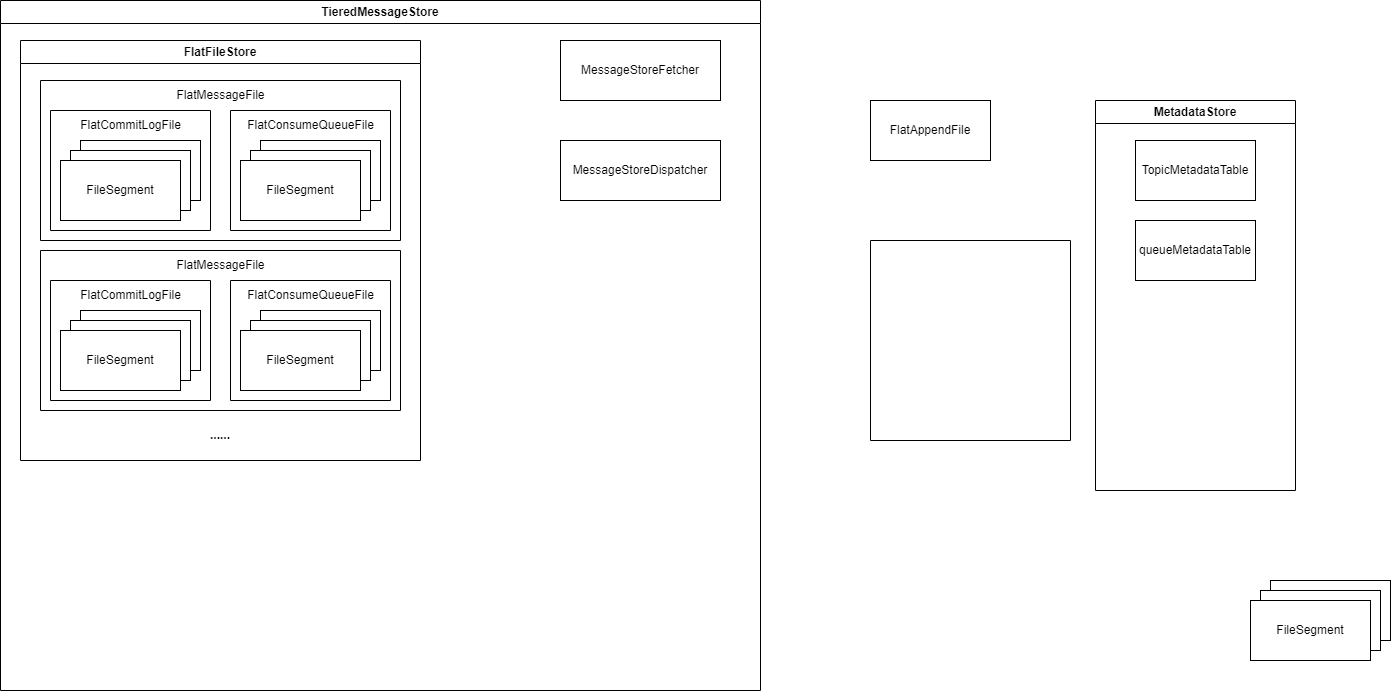
Earlier version of the draw.io export assets/rocketmq-tiered-store/class-relation.drawio.png (HScarb/knowledge). Source tidied: cells renumbered, new cells last; positions are measured from the earlier drawing's top-left corner, leaving out a move shared by most shapes.
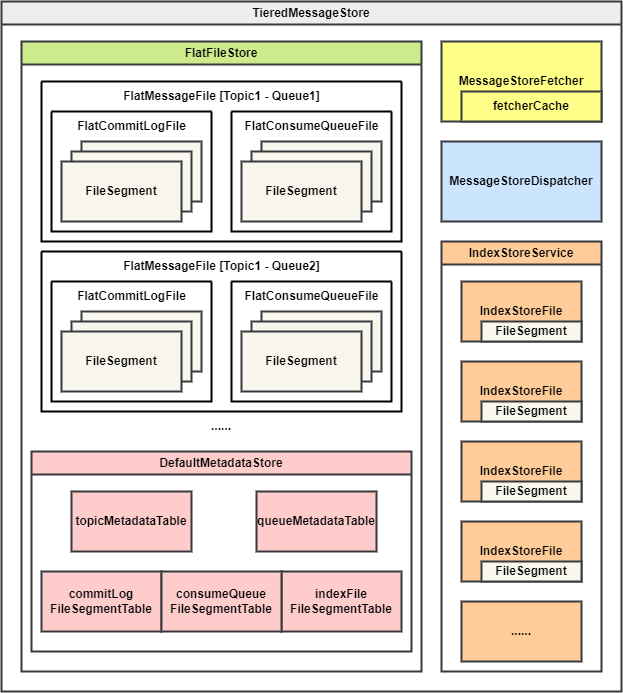
Above is the later version.

Commit message:
Add tiered storage metadata documentation

Change to the diagram source:
```diff
@@ -2,131 +2,155 @@
   <root>
     <mxCell id="0" />
     <mxCell id="1" parent="0" />
-    <mxCell id="2" value="FlatAppendFile" style="rounded=0;whiteSpace=wrap;html=1;" parent="1" vertex="1">
-      <mxGeometry x="870" y="100" width="120" height="60" as="geometry" />
-    </mxCell>
-    <mxCell id="3" value="TieredMessageStore" style="swimlane;whiteSpace=wrap;html=1;" parent="1" vertex="1">
-      <mxGeometry width="760" height="690" as="geometry" />
+    <mxCell id="3" value="TieredMessageStore" style="swimlane;whiteSpace=wrap;html=1;fillColor=#eeeeee;strokeColor=#36393d;strokeWidth=2;fontStyle=1;" parent="1" vertex="1">
+      <mxGeometry width="620" height="690" as="geometry" />
     </mxCell>
-    <mxCell id="4" value="MessageStoreFetcher" style="rounded=0;whiteSpace=wrap;html=1;" parent="3" vertex="1">
-      <mxGeometry x="560" y="40" width="160" height="60" as="geometry" />
+    <mxCell id="4" value="MessageStoreFetcher" style="rounded=0;whiteSpace=wrap;html=1;fillColor=#ffff88;strokeColor=#36393d;strokeWidth=2;fontStyle=1;" parent="3" vertex="1">
+      <mxGeometry x="440" y="40" width="160" height="80" as="geometry" />
     </mxCell>
-    <mxCell id="5" value="MessageStoreDispatcher" style="rounded=0;whiteSpace=wrap;html=1;" parent="3" vertex="1">
-      <mxGeometry x="560" y="140" width="160" height="60" as="geometry" />
+    <mxCell id="5" value="MessageStoreDispatcher" style="rounded=0;whiteSpace=wrap;html=1;fillColor=#cce5ff;strokeColor=#36393d;strokeWidth=2;fontStyle=1;" parent="3" vertex="1">
+      <mxGeometry x="440" y="140" width="160" height="80" as="geometry" />
     </mxCell>
-    <mxCell id="6" value="FlatFileStore" style="swimlane;whiteSpace=wrap;html=1;" parent="3" vertex="1">
-      <mxGeometry x="20" y="40" width="400" height="420" as="geometry" />
+    <mxCell id="6" value="FlatFileStore" style="swimlane;whiteSpace=wrap;html=1;fillColor=#cdeb8b;strokeColor=#36393d;strokeWidth=2;fontStyle=1;" parent="3" vertex="1">
+      <mxGeometry x="20" y="40" width="400" height="630" as="geometry" />
     </mxCell>
-    <mxCell id="7" style="swimlane;startSize=0;" parent="6" vertex="1">
+    <mxCell id="7" style="swimlane;startSize=0;strokeWidth=2;fontStyle=1;" parent="6" vertex="1">
       <mxGeometry x="20" y="40" width="360" height="160" as="geometry" />
     </mxCell>
-    <mxCell id="8" value="FlatMessageFile" style="text;html=1;align=center;verticalAlign=middle;strokeColor=none;fillColor=none;" parent="7" vertex="1">
-      <mxGeometry x="125" width="110" height="30" as="geometry" />
+    <mxCell id="8" value="FlatMessageFile [Topic1 - Queue1]" style="text;html=1;align=center;verticalAlign=middle;strokeColor=none;fillColor=none;strokeWidth=2;fontStyle=1;" parent="7" vertex="1">
+      <mxGeometry x="70" width="220" height="30" as="geometry" />
     </mxCell>
-    <mxCell id="9" style="swimlane;startSize=0;" parent="7" vertex="1">
+    <mxCell id="9" style="swimlane;startSize=0;strokeWidth=2;fontStyle=1;" parent="7" vertex="1">
       <mxGeometry x="10" y="30" width="160" height="120" as="geometry" />
     </mxCell>
-    <mxCell id="10" style="group;" parent="9" vertex="1">
+    <mxCell id="10" style="group;strokeWidth=2;fontStyle=1;" parent="9" vertex="1">
       <mxGeometry x="10" y="30" width="140" height="80" as="geometry" />
     </mxCell>
-    <mxCell id="11" value="FileSegment" style="rounded=0;whiteSpace=wrap;html=1;" parent="10" vertex="1">
+    <mxCell id="11" value="FileSegment" style="rounded=0;whiteSpace=wrap;html=1;fillColor=#f9f7ed;strokeColor=#36393d;strokeWidth=2;fontStyle=1;" parent="10" vertex="1">
       <mxGeometry x="20" width="120" height="60" as="geometry" />
     </mxCell>
-    <mxCell id="12" value="FileSegment" style="rounded=0;whiteSpace=wrap;html=1;" parent="10" vertex="1">
+    <mxCell id="12" value="FileSegment" style="rounded=0;whiteSpace=wrap;html=1;fillColor=#f9f7ed;strokeColor=#36393d;strokeWidth=2;fontStyle=1;" parent="10" vertex="1">
       <mxGeometry x="10" y="10" width="120" height="60" as="geometry" />
     </mxCell>
-    <mxCell id="13" value="FileSegment" style="rounded=0;whiteSpace=wrap;html=1;" parent="10" vertex="1">
+    <mxCell id="13" value="FileSegment" style="rounded=0;whiteSpace=wrap;html=1;fillColor=#f9f7ed;strokeColor=#36393d;strokeWidth=2;fontStyle=1;" parent="10" vertex="1">
       <mxGeometry y="20" width="120" height="60" as="geometry" />
     </mxCell>
-    <mxCell id="14" value="FlatCommitLogFile" style="text;html=1;align=center;verticalAlign=middle;strokeColor=none;fillColor=none;" parent="9" vertex="1">
-      <mxGeometry x="20" width="120" height="30" as="geometry" />
+    <mxCell id="14" value="FlatCommitLogFile" style="text;html=1;align=center;verticalAlign=middle;strokeColor=none;fillColor=none;strokeWidth=2;fontStyle=1;" parent="9" vertex="1">
+      <mxGeometry x="15" width="130" height="30" as="geometry" />
     </mxCell>
-    <mxCell id="15" style="swimlane;startSize=0;" parent="7" vertex="1">
+    <mxCell id="15" style="swimlane;startSize=0;strokeWidth=2;fontStyle=1;" parent="7" vertex="1">
       <mxGeometry x="190" y="30" width="160" height="120" as="geometry" />
     </mxCell>
-    <mxCell id="16" style="group;" parent="15" vertex="1">
+    <mxCell id="16" style="group;strokeWidth=2;fontStyle=1;" parent="15" vertex="1">
       <mxGeometry x="10" y="30" width="140" height="80" as="geometry" />
     </mxCell>
-    <mxCell id="17" value="FileSegment" style="rounded=0;whiteSpace=wrap;html=1;" parent="16" vertex="1">
+    <mxCell id="17" value="FileSegment" style="rounded=0;whiteSpace=wrap;html=1;fillColor=#f9f7ed;strokeColor=#36393d;strokeWidth=2;fontStyle=1;" parent="16" vertex="1">
       <mxGeometry x="20" width="120" height="60" as="geometry" />
     </mxCell>
-    <mxCell id="18" value="FileSegment" style="rounded=0;whiteSpace=wrap;html=1;" parent="16" vertex="1">
+    <mxCell id="18" value="FileSegment" style="rounded=0;whiteSpace=wrap;html=1;fillColor=#f9f7ed;strokeColor=#36393d;strokeWidth=2;fontStyle=1;" parent="16" vertex="1">
       <mxGeometry x="10" y="10" width="120" height="60" as="geometry" />
     </mxCell>
-    <mxCell id="19" value="FileSegment" style="rounded=0;whiteSpace=wrap;html=1;" parent="16" vertex="1">
+    <mxCell id="19" value="FileSegment" style="rounded=0;whiteSpace=wrap;html=1;fillColor=#f9f7ed;strokeColor=#36393d;strokeWidth=2;fontStyle=1;" parent="16" vertex="1">
       <mxGeometry y="20" width="120" height="60" as="geometry" />
     </mxCell>
-    <mxCell id="20" value="FlatConsumeQueueFile" style="text;html=1;align=center;verticalAlign=middle;strokeColor=none;fillColor=none;" parent="15" vertex="1">
-      <mxGeometry x="5" width="150" height="30" as="geometry" />
+    <mxCell id="20" value="FlatConsumeQueueFile" style="text;html=1;align=center;verticalAlign=middle;strokeColor=none;fillColor=none;strokeWidth=2;fontStyle=1;" parent="15" vertex="1">
+      <mxGeometry width="160" height="30" as="geometry" />
     </mxCell>
-    <mxCell id="21" style="swimlane;startSize=0;" parent="6" vertex="1">
+    <mxCell id="21" style="swimlane;startSize=0;strokeWidth=2;fontStyle=1;" parent="6" vertex="1">
       <mxGeometry x="20" y="210" width="360" height="160" as="geometry" />
     </mxCell>
-    <mxCell id="22" value="FlatMessageFile" style="text;html=1;align=center;verticalAlign=middle;strokeColor=none;fillColor=none;" parent="21" vertex="1">
-      <mxGeometry x="125" width="110" height="30" as="geometry" />
+    <mxCell id="22" value="FlatMessageFile [Topic1 - Queue2]" style="text;html=1;align=center;verticalAlign=middle;strokeColor=none;fillColor=none;strokeWidth=2;fontStyle=1;" parent="21" vertex="1">
+      <mxGeometry x="70" width="220" height="30" as="geometry" />
     </mxCell>
-    <mxCell id="23" style="swimlane;startSize=0;" parent="21" vertex="1">
+    <mxCell id="23" style="swimlane;startSize=0;strokeWidth=2;fontStyle=1;" parent="21" vertex="1">
       <mxGeometry x="10" y="30" width="160" height="120" as="geometry" />
     </mxCell>
-    <mxCell id="24" style="group;" parent="23" vertex="1">
+    <mxCell id="24" style="group;strokeWidth=2;fontStyle=1;" parent="23" vertex="1">
       <mxGeometry x="10" y="30" width="140" height="80" as="geometry" />
     </mxCell>
-    <mxCell id="25" value="FileSegment" style="rounded=0;whiteSpace=wrap;html=1;" parent="24" vertex="1">
+    <mxCell id="25" value="FileSegment" style="rounded=0;whiteSpace=wrap;html=1;fillColor=#f9f7ed;strokeColor=#36393d;strokeWidth=2;fontStyle=1;" parent="24" vertex="1">
       <mxGeometry x="20" width="120" height="60" as="geometry" />
     </mxCell>
-    <mxCell id="26" value="FileSegment" style="rounded=0;whiteSpace=wrap;html=1;" parent="24" vertex="1">
+    <mxCell id="26" value="FileSegment" style="rounded=0;whiteSpace=wrap;html=1;fillColor=#f9f7ed;strokeColor=#36393d;strokeWidth=2;fontStyle=1;" parent="24" vertex="1">
       <mxGeometry x="10" y="10" width="120" height="60" as="geometry" />
     </mxCell>
-    <mxCell id="27" value="FileSegment" style="rounded=0;whiteSpace=wrap;html=1;" parent="24" vertex="1">
+    <mxCell id="27" value="FileSegment" style="rounded=0;whiteSpace=wrap;html=1;fillColor=#f9f7ed;strokeColor=#36393d;strokeWidth=2;fontStyle=1;" parent="24" vertex="1">
       <mxGeometry y="20" width="120" height="60" as="geometry" />
     </mxCell>
-    <mxCell id="28" value="FlatCommitLogFile" style="text;html=1;align=center;verticalAlign=middle;strokeColor=none;fillColor=none;" parent="23" vertex="1">
-      <mxGeometry x="20" width="120" height="30" as="geometry" />
+    <mxCell id="28" value="FlatCommitLogFile" style="text;html=1;align=center;verticalAlign=middle;strokeColor=none;fillColor=none;strokeWidth=2;fontStyle=1;" parent="23" vertex="1">
+      <mxGeometry x="15" width="130" height="30" as="geometry" />
     </mxCell>
-    <mxCell id="29" style="swimlane;startSize=0;" parent="21" vertex="1">
+    <mxCell id="29" style="swimlane;startSize=0;strokeWidth=2;fontStyle=1;" parent="21" vertex="1">
       <mxGeometry x="190" y="30" width="160" height="120" as="geometry" />
     </mxCell>
-    <mxCell id="30" style="group;" parent="29" vertex="1">
+    <mxCell id="30" style="group;strokeWidth=2;fontStyle=1;" parent="29" vertex="1">
       <mxGeometry x="10" y="30" width="140" height="80" as="geometry" />
     </mxCell>
-    <mxCell id="31" value="FileSegment" style="rounded=0;whiteSpace=wrap;html=1;" parent="30" vertex="1">
+    <mxCell id="31" value="FileSegment" style="rounded=0;whiteSpace=wrap;html=1;fillColor=#f9f7ed;strokeColor=#36393d;strokeWidth=2;fontStyle=1;" parent="30" vertex="1">
       <mxGeometry x="20" width="120" height="60" as="geometry" />
     </mxCell>
-    <mxCell id="32" value="FileSegment" style="rounded=0;whiteSpace=wrap;html=1;" parent="30" vertex="1">
+    <mxCell id="32" value="FileSegment" style="rounded=0;whiteSpace=wrap;html=1;fillColor=#f9f7ed;strokeColor=#36393d;strokeWidth=2;fontStyle=1;" parent="30" vertex="1">
       <mxGeometry x="10" y="10" width="120" height="60" as="geometry" />
     </mxCell>
-    <mxCell id="33" value="FileSegment" style="rounded=0;whiteSpace=wrap;html=1;" parent="30" vertex="1">
+    <mxCell id="33" value="FileSegment" style="rounded=0;whiteSpace=wrap;html=1;fillColor=#f9f7ed;strokeColor=#36393d;strokeWidth=2;fontStyle=1;" parent="30" vertex="1">
       <mxGeometry y="20" width="120" height="60" as="geometry" />
     </mxCell>
-    <mxCell id="34" value="FlatConsumeQueueFile" style="text;html=1;align=center;verticalAlign=middle;strokeColor=none;fillColor=none;" parent="29" vertex="1">
-      <mxGeometry x="5" width="150" height="30" as="geometry" />
+    <mxCell id="34" value="FlatConsumeQueueFile" style="text;html=1;align=center;verticalAlign=middle;strokeColor=none;fillColor=none;strokeWidth=2;fontStyle=1;" parent="29" vertex="1">
+      <mxGeometry width="160" height="30" as="geometry" />
     </mxCell>
-    <mxCell id="35" value="......" style="text;html=1;strokeColor=none;fillColor=none;align=center;verticalAlign=middle;whiteSpace=wrap;rounded=0;strokeWidth=1;fontStyle=1;" parent="6" vertex="1">
-      <mxGeometry x="170" y="380" width="60" height="30" as="geometry" />
+    <mxCell id="35" value="......" style="text;html=1;strokeColor=none;fillColor=none;align=center;verticalAlign=middle;whiteSpace=wrap;rounded=0;strokeWidth=2;fontStyle=1;" parent="6" vertex="1">
+      <mxGeometry x="170" y="370" width="60" height="30" as="geometry" />
     </mxCell>
-    <mxCell id="36" style="swimlane;startSize=0;" parent="1" vertex="1">
-      <mxGeometry x="870" y="240" width="200" height="200" as="geometry" />
-    </mxCell>
-    <mxCell id="37" value="MetadataStore" style="swimlane;whiteSpace=wrap;html=1;" parent="1" vertex="1">
-      <mxGeometry x="1095" y="100" width="200" height="390" as="geometry" />
+    <mxCell id="37" value="DefaultMetadataStore" style="swimlane;whiteSpace=wrap;html=1;fillColor=#ffcccc;strokeColor=#36393d;strokeWidth=2;fontStyle=1;" parent="6" vertex="1">
+      <mxGeometry x="10" y="410" width="380" height="200" as="geometry" />
     </mxCell>
-    <mxCell id="38" value="TopicMetadataTable" style="rounded=0;whiteSpace=wrap;html=1;" parent="37" vertex="1">
+    <mxCell id="38" value="topicMetadataTable" style="rounded=0;whiteSpace=wrap;html=1;fillColor=#ffcccc;strokeColor=#36393d;strokeWidth=2;fontStyle=1;" parent="37" vertex="1">
       <mxGeometry x="40" y="40" width="120" height="60" as="geometry" />
     </mxCell>
-    <mxCell id="39" value="queueMetadataTable" style="rounded=0;whiteSpace=wrap;html=1;" parent="37" vertex="1">
-      <mxGeometry x="40" y="120" width="120" height="60" as="geometry" />
+    <mxCell id="39" value="queueMetadataTable" style="rounded=0;whiteSpace=wrap;html=1;fillColor=#ffcccc;strokeColor=#36393d;strokeWidth=2;fontStyle=1;" parent="37" vertex="1">
+      <mxGeometry x="225" y="40" width="120" height="60" as="geometry" />
     </mxCell>
-    <mxCell id="40" style="group;" parent="1" vertex="1">
-      <mxGeometry x="1250" y="580" width="140" height="80" as="geometry" />
-    </mxCell>
-    <mxCell id="41" value="FileSegment" style="rounded=0;whiteSpace=wrap;html=1;" parent="40" vertex="1">
-      <mxGeometry x="20" width="120" height="60" as="geometry" />
-    </mxCell>
-    <mxCell id="42" value="FileSegment" style="rounded=0;whiteSpace=wrap;html=1;" parent="40" vertex="1">
-      <mxGeometry x="10" y="10" width="120" height="60" as="geometry" />
-    </mxCell>
-    <mxCell id="43" value="FileSegment" style="rounded=0;whiteSpace=wrap;html=1;" parent="40" vertex="1">
-      <mxGeometry y="20" width="120" height="60" as="geometry" />
-    </mxCell>
+    <mxCell id="44" value="commitLog&lt;br&gt;FileSegmentTable" style="rounded=0;whiteSpace=wrap;html=1;fillColor=#ffcccc;strokeColor=#36393d;strokeWidth=2;fontStyle=1;" parent="37" vertex="1">
+      <mxGeometry x="10" y="120" width="120" height="60" as="geometry" />
+    </mxCell>
+    <mxCell id="45" value="indexFile&lt;br&gt;FileSegmentTable" style="rounded=0;whiteSpace=wrap;html=1;fillColor=#ffcccc;strokeColor=#36393d;strokeWidth=2;fontStyle=1;" parent="37" vertex="1">
+      <mxGeometry x="250" y="120" width="120" height="60" as="geometry" />
+    </mxCell>
+    <mxCell id="46" value="consumeQueue&lt;br&gt;FileSegmentTable" style="rounded=0;whiteSpace=wrap;html=1;fillColor=#ffcccc;strokeColor=#36393d;strokeWidth=2;fontStyle=1;" parent="37" vertex="1">
+      <mxGeometry x="130" y="120" width="120" height="60" as="geometry" />
+    </mxCell>
+    <mxCell id="47" value="fetcherCache" style="rounded=0;whiteSpace=wrap;html=1;fillColor=#ffff88;strokeColor=#36393d;strokeWidth=2;fontStyle=1;" parent="3" vertex="1">
+      <mxGeometry x="460" y="90" width="140" height="30" as="geometry" />
+    </mxCell>
+    <mxCell id="48" value="IndexStoreService" style="swimlane;whiteSpace=wrap;html=1;fillColor=#ffcc99;strokeColor=#36393d;strokeWidth=2;fontStyle=1;" parent="3" vertex="1">
+      <mxGeometry x="440" y="240" width="160" height="430" as="geometry" />
+    </mxCell>
+    <mxCell id="49" value="IndexStoreFile" style="rounded=0;whiteSpace=wrap;html=1;fillColor=#ffcc99;strokeColor=#36393d;strokeWidth=2;fontStyle=1;" parent="48" vertex="1">
+      <mxGeometry x="20" y="40" width="120" height="60" as="geometry" />
+    </mxCell>
+    <mxCell id="50" value="IndexStoreFile" style="rounded=0;whiteSpace=wrap;html=1;fillColor=#ffcc99;strokeColor=#36393d;strokeWidth=2;fontStyle=1;" parent="48" vertex="1">
+      <mxGeometry x="20" y="120" width="120" height="60" as="geometry" />
+    </mxCell>
+    <mxCell id="51" value="IndexStoreFile" style="rounded=0;whiteSpace=wrap;html=1;fillColor=#ffcc99;strokeColor=#36393d;strokeWidth=2;fontStyle=1;" parent="48" vertex="1">
+      <mxGeometry x="20" y="200" width="120" height="60" as="geometry" />
+    </mxCell>
+    <mxCell id="52" value="IndexStoreFile" style="rounded=0;whiteSpace=wrap;html=1;fillColor=#ffcc99;strokeColor=#36393d;strokeWidth=2;fontStyle=1;" parent="48" vertex="1">
+      <mxGeometry x="20" y="280" width="120" height="60" as="geometry" />
+    </mxCell>
+    <mxCell id="53" value="......" style="rounded=0;whiteSpace=wrap;html=1;fillColor=#ffcc99;strokeColor=#36393d;strokeWidth=2;fontStyle=1;" parent="48" vertex="1">
+      <mxGeometry x="20" y="360" width="120" height="60" as="geometry" />
+    </mxCell>
+    <mxCell id="54" value="FileSegment" style="rounded=0;whiteSpace=wrap;html=1;fillColor=#f9f7ed;strokeColor=#36393d;strokeWidth=2;fontStyle=1;" parent="48" vertex="1">
+      <mxGeometry x="40" y="80" width="100" height="20" as="geometry" />
+    </mxCell>
+    <mxCell id="55" value="FileSegment" style="rounded=0;whiteSpace=wrap;html=1;fillColor=#f9f7ed;strokeColor=#36393d;strokeWidth=2;fontStyle=1;" parent="48" vertex="1">
+      <mxGeometry x="40" y="160" width="100" height="20" as="geometry" />
+    </mxCell>
+    <mxCell id="56" value="FileSegment" style="rounded=0;whiteSpace=wrap;html=1;fillColor=#f9f7ed;strokeColor=#36393d;strokeWidth=2;fontStyle=1;" parent="48" vertex="1">
+      <mxGeometry x="40" y="240" width="100" height="20" as="geometry" />
+    </mxCell>
+    <mxCell id="57" value="FileSegment" style="rounded=0;whiteSpace=wrap;html=1;fillColor=#f9f7ed;strokeColor=#36393d;strokeWidth=2;fontStyle=1;" parent="48" vertex="1">
+      <mxGeometry x="40" y="320" width="100" height="20" as="geometry" />
+    </mxCell>
   </root>
 </mxGraphModel>
```
